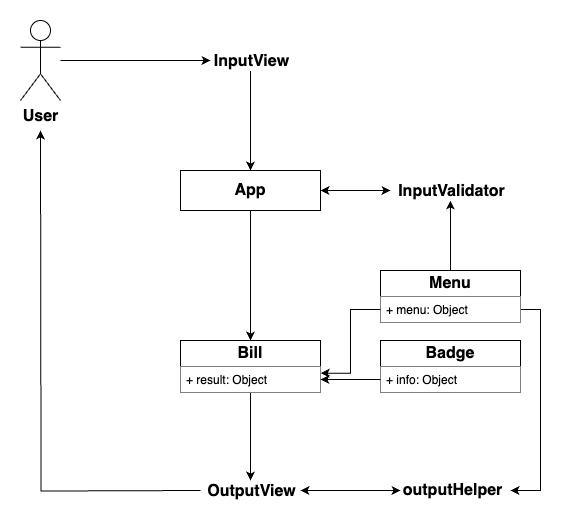
gouz7514/javascript-christmas-6-gouz7514 keeps this draw.io diagram as docs/image/javascript-christmas-architecture.png. Above is the earlier version. Source tidied: cells renumbered, new cells last; positions are measured from the earlier drawing's top-left corner, leaving out a move shared by most shapes. Source of this version:
```xml
<mxGraphModel>
  <root>
    <mxCell id="0" />
    <mxCell id="1" parent="0" />
    <mxCell id="2" value="&lt;font style=&quot;font-size: 16px;&quot;&gt;&lt;b&gt;User&lt;/b&gt;&lt;/font&gt;" style="shape=umlActor;verticalLabelPosition=bottom;verticalAlign=top;html=1;outlineConnect=0;" parent="1" vertex="1">
      <mxGeometry width="40" height="80" as="geometry" />
    </mxCell>
    <mxCell id="3" style="edgeStyle=orthogonalEdgeStyle;rounded=0;jettySize=auto;html=1;exitX=0.5;exitY=1;exitDx=0;exitDy=0;entryX=0.5;entryY=0;entryDx=0;entryDy=0;" parent="1" edge="1" source="4" target="6">
      <mxGeometry relative="1" as="geometry" />
    </mxCell>
    <mxCell id="4" value="&lt;font style=&quot;font-size: 16px;&quot;&gt;&lt;b&gt;App&lt;/b&gt;&lt;/font&gt;" style="rounded=0;whiteSpace=wrap;html=1;" parent="1" vertex="1">
      <mxGeometry x="160" y="150" width="140" height="40" as="geometry" />
    </mxCell>
    <mxCell id="5" style="edgeStyle=orthogonalEdgeStyle;rounded=0;jettySize=auto;html=1;exitX=0.5;exitY=1;exitDx=0;exitDy=0;" parent="1" edge="1" source="6">
      <mxGeometry relative="1" as="geometry">
        <mxPoint x="230" y="460" as="targetPoint" />
      </mxGeometry>
    </mxCell>
    <mxCell id="6" value="&lt;font style=&quot;font-size: 16px;&quot;&gt;&lt;b&gt;Bill&lt;/b&gt;&lt;/font&gt;" style="swimlane;fontStyle=0;horizontal=1;startSize=26;fillColor=default;whiteSpace=wrap;html=1;" parent="1" vertex="1">
      <mxGeometry x="160" y="320" width="140" height="52" as="geometry" />
    </mxCell>
    <mxCell id="7" value="+ result: Object" style="text;strokeColor=none;fillColor=default;align=left;verticalAlign=top;spacingLeft=4;spacingRight=4;overflow=hidden;points=[[0,0.5],[1,0.5]];portConstraint=eastwest;whiteSpace=wrap;html=1;" parent="6" vertex="1">
      <mxGeometry y="26" width="140" height="26" as="geometry" />
    </mxCell>
    <mxCell id="8" style="edgeStyle=orthogonalEdgeStyle;rounded=0;jettySize=auto;html=1;exitX=1;exitY=0.75;exitDx=0;exitDy=0;" parent="1" edge="1" source="10">
      <mxGeometry relative="1" as="geometry">
        <mxPoint x="490" y="470" as="targetPoint" />
        <Array as="points">
          <mxPoint x="520" y="289" />
          <mxPoint x="520" y="470" />
        </Array>
      </mxGeometry>
    </mxCell>
    <mxCell id="9" style="edgeStyle=orthogonalEdgeStyle;rounded=0;jettySize=auto;html=1;exitX=0.5;exitY=0;exitDx=0;exitDy=0;" parent="1" edge="1" source="10">
      <mxGeometry relative="1" as="geometry">
        <mxPoint x="429.9" y="180" as="targetPoint" />
      </mxGeometry>
    </mxCell>
    <mxCell id="10" value="&lt;font style=&quot;font-size: 16px;&quot;&gt;&lt;b&gt;Menu&lt;/b&gt;&lt;/font&gt;" style="swimlane;fontStyle=0;horizontal=1;startSize=26;fillColor=default;whiteSpace=wrap;html=1;" parent="1" vertex="1">
      <mxGeometry x="360" y="250" width="140" height="52" as="geometry" />
    </mxCell>
    <mxCell id="11" value="+ menu: Object" style="text;strokeColor=none;fillColor=default;align=left;verticalAlign=top;spacingLeft=4;spacingRight=4;overflow=hidden;points=[[0,0.5],[1,0.5]];portConstraint=eastwest;whiteSpace=wrap;html=1;" parent="10" vertex="1">
      <mxGeometry y="26" width="140" height="26" as="geometry" />
    </mxCell>
    <mxCell id="12" value="&lt;font style=&quot;font-size: 16px;&quot;&gt;&lt;b&gt;Badge&lt;/b&gt;&lt;/font&gt;" style="swimlane;fontStyle=0;horizontal=1;startSize=26;fillColor=default;whiteSpace=wrap;html=1;" parent="1" vertex="1">
      <mxGeometry x="360" y="320" width="140" height="52" as="geometry" />
    </mxCell>
    <mxCell id="13" value="+ info: Object" style="text;strokeColor=none;fillColor=default;align=left;verticalAlign=top;spacingLeft=4;spacingRight=4;overflow=hidden;points=[[0,0.5],[1,0.5]];portConstraint=eastwest;whiteSpace=wrap;html=1;" parent="12" vertex="1">
      <mxGeometry y="26" width="140" height="26" as="geometry" />
    </mxCell>
    <mxCell id="14" style="edgeStyle=orthogonalEdgeStyle;rounded=0;orthogonalLoop=1;jettySize=auto;html=1;" parent="1" edge="1">
      <mxGeometry relative="1" as="geometry">
        <mxPoint x="180" y="470" as="sourcePoint" />
        <mxPoint x="20" y="110" as="targetPoint" />
      </mxGeometry>
    </mxCell>
    <mxCell id="15" style="endArrow=classic;html=1;rounded=0;" parent="1" edge="1" source="2">
      <mxGeometry relative="1" as="geometry">
        <mxPoint x="190" y="40" as="targetPoint" />
      </mxGeometry>
    </mxCell>
    <mxCell id="16" style="endArrow=classic;html=1;rounded=0;entryX=0.5;entryY=0;entryDx=0;entryDy=0;" parent="1" edge="1" target="4">
      <mxGeometry relative="1" as="geometry">
        <mxPoint x="230" y="50" as="sourcePoint" />
      </mxGeometry>
    </mxCell>
    <mxCell id="17" value="&lt;font style=&quot;font-size: 16px;&quot;&gt;&lt;b&gt;InputValidator&lt;/b&gt;&lt;/font&gt;" style="edgeLabel;html=1;align=center;verticalAlign=middle;" parent="16" vertex="1">
      <mxGeometry relative="1" as="geometry">
        <mxPoint x="200" y="70" as="offset" />
      </mxGeometry>
    </mxCell>
    <mxCell id="18" value="&lt;font style=&quot;font-size: 16px;&quot;&gt;&lt;b&gt;InputView&lt;/b&gt;&lt;/font&gt;" style="edgeLabel;html=1;align=center;verticalAlign=middle;" parent="1" vertex="1">
      <mxGeometry x="230" y="40" as="geometry" />
    </mxCell>
    <mxCell id="19" value="&lt;font style=&quot;font-size: 16px;&quot;&gt;&lt;b&gt;OutputView&lt;br&gt;&lt;/b&gt;&lt;/font&gt;" style="edgeLabel;html=1;align=center;verticalAlign=middle;" parent="1" vertex="1">
      <mxGeometry x="230" y="470" as="geometry" />
    </mxCell>
    <mxCell id="20" value="&lt;font style=&quot;font-size: 16px;&quot;&gt;&lt;b&gt;outputHelper&lt;/b&gt;&lt;/font&gt;" style="edgeLabel;html=1;align=center;verticalAlign=middle;" parent="1" vertex="1">
      <mxGeometry x="430" y="474" as="geometry">
        <mxPoint x="1" y="-5" as="offset" />
      </mxGeometry>
    </mxCell>
    <mxCell id="21" style="endArrow=classic;startArrow=classic;html=1;rounded=0;" parent="1" edge="1">
      <mxGeometry relative="1" as="geometry">
        <mxPoint x="280" y="470" as="sourcePoint" />
        <mxPoint x="380" y="470" as="targetPoint" />
      </mxGeometry>
    </mxCell>
    <mxCell id="22" style="edgeStyle=orthogonalEdgeStyle;rounded=0;jettySize=auto;html=1;exitX=0;exitY=0.5;exitDx=0;exitDy=0;entryX=1;entryY=0.5;entryDx=0;entryDy=0;" parent="1" edge="1" source="13" target="7">
      <mxGeometry relative="1" as="geometry" />
    </mxCell>
    <mxCell id="23" style="edgeStyle=orthogonalEdgeStyle;rounded=0;jettySize=auto;html=1;exitX=0;exitY=0.5;exitDx=0;exitDy=0;entryX=1.002;entryY=0.256;entryDx=0;entryDy=0;entryPerimeter=0;" parent="1" edge="1" source="11" target="7">
      <mxGeometry relative="1" as="geometry" />
    </mxCell>
    <mxCell id="24" style="endArrow=classic;startArrow=classic;html=1;rounded=0;exitX=1;exitY=0.5;exitDx=0;exitDy=0;" parent="1" edge="1" source="4">
      <mxGeometry relative="1" as="geometry">
        <mxPoint x="370" y="170" as="targetPoint" />
      </mxGeometry>
    </mxCell>
  </root>
</mxGraphModel>
```
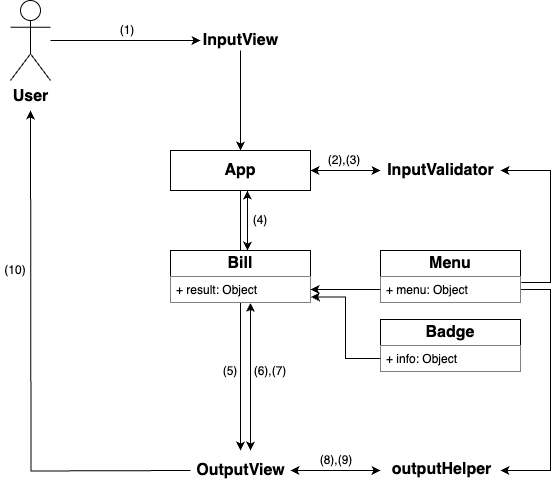
After the change.

Commit message:
Update(docs) : 테크스펙 이미지 및 워크플로우 수정

Change to the diagram source:
```diff
@@ -2,22 +2,19 @@
   <root>
     <mxCell id="0" />
     <mxCell id="1" parent="0" />
+    <mxCell id="25" style="endArrow=classic;html=1;rounded=0;exitX=0.5;exitY=1;exitDx=0;exitDy=0;" parent="1" edge="1" source="4">
+      <mxGeometry relative="1" as="geometry">
+        <mxPoint x="230" y="450" as="targetPoint" />
+      </mxGeometry>
+    </mxCell>
     <mxCell id="2" value="&lt;font style=&quot;font-size: 16px;&quot;&gt;&lt;b&gt;User&lt;/b&gt;&lt;/font&gt;" style="shape=umlActor;verticalLabelPosition=bottom;verticalAlign=top;html=1;outlineConnect=0;" parent="1" vertex="1">
       <mxGeometry width="40" height="80" as="geometry" />
     </mxCell>
-    <mxCell id="3" style="edgeStyle=orthogonalEdgeStyle;rounded=0;jettySize=auto;html=1;exitX=0.5;exitY=1;exitDx=0;exitDy=0;entryX=0.5;entryY=0;entryDx=0;entryDy=0;" parent="1" edge="1" source="4" target="6">
-      <mxGeometry relative="1" as="geometry" />
-    </mxCell>
     <mxCell id="4" value="&lt;font style=&quot;font-size: 16px;&quot;&gt;&lt;b&gt;App&lt;/b&gt;&lt;/font&gt;" style="rounded=0;whiteSpace=wrap;html=1;" parent="1" vertex="1">
       <mxGeometry x="160" y="150" width="140" height="40" as="geometry" />
     </mxCell>
-    <mxCell id="5" style="edgeStyle=orthogonalEdgeStyle;rounded=0;jettySize=auto;html=1;exitX=0.5;exitY=1;exitDx=0;exitDy=0;" parent="1" edge="1" source="6">
-      <mxGeometry relative="1" as="geometry">
-        <mxPoint x="230" y="460" as="targetPoint" />
-      </mxGeometry>
-    </mxCell>
     <mxCell id="6" value="&lt;font style=&quot;font-size: 16px;&quot;&gt;&lt;b&gt;Bill&lt;/b&gt;&lt;/font&gt;" style="swimlane;fontStyle=0;horizontal=1;startSize=26;fillColor=default;whiteSpace=wrap;html=1;" parent="1" vertex="1">
-      <mxGeometry x="160" y="320" width="140" height="52" as="geometry" />
+      <mxGeometry x="160" y="250" width="140" height="52" as="geometry" />
     </mxCell>
     <mxCell id="7" value="+ result: Object" style="text;strokeColor=none;fillColor=default;align=left;verticalAlign=top;spacingLeft=4;spacingRight=4;overflow=hidden;points=[[0,0.5],[1,0.5]];portConstraint=eastwest;whiteSpace=wrap;html=1;" parent="6" vertex="1">
       <mxGeometry y="26" width="140" height="26" as="geometry" />
@@ -26,24 +23,28 @@
       <mxGeometry relative="1" as="geometry">
         <mxPoint x="490" y="470" as="targetPoint" />
         <Array as="points">
-          <mxPoint x="520" y="289" />
-          <mxPoint x="520" y="470" />
+          <mxPoint x="540" y="289" />
+          <mxPoint x="540" y="470" />
         </Array>
       </mxGeometry>
     </mxCell>
-    <mxCell id="9" style="edgeStyle=orthogonalEdgeStyle;rounded=0;jettySize=auto;html=1;exitX=0.5;exitY=0;exitDx=0;exitDy=0;" parent="1" edge="1" source="10">
+    <mxCell id="9" style="edgeStyle=orthogonalEdgeStyle;rounded=0;jettySize=auto;html=1;exitX=1.005;exitY=0.226;exitDx=0;exitDy=0;exitPerimeter=0;" parent="1" edge="1" source="11">
       <mxGeometry relative="1" as="geometry">
-        <mxPoint x="429.9" y="180" as="targetPoint" />
+        <mxPoint x="490" y="170" as="targetPoint" />
+        <Array as="points">
+          <mxPoint x="540" y="282" />
+          <mxPoint x="540" y="170" />
+        </Array>
       </mxGeometry>
     </mxCell>
     <mxCell id="10" value="&lt;font style=&quot;font-size: 16px;&quot;&gt;&lt;b&gt;Menu&lt;/b&gt;&lt;/font&gt;" style="swimlane;fontStyle=0;horizontal=1;startSize=26;fillColor=default;whiteSpace=wrap;html=1;" parent="1" vertex="1">
-      <mxGeometry x="360" y="250" width="140" height="52" as="geometry" />
+      <mxGeometry x="370" y="250" width="140" height="52" as="geometry" />
     </mxCell>
     <mxCell id="11" value="+ menu: Object" style="text;strokeColor=none;fillColor=default;align=left;verticalAlign=top;spacingLeft=4;spacingRight=4;overflow=hidden;points=[[0,0.5],[1,0.5]];portConstraint=eastwest;whiteSpace=wrap;html=1;" parent="10" vertex="1">
       <mxGeometry y="26" width="140" height="26" as="geometry" />
     </mxCell>
     <mxCell id="12" value="&lt;font style=&quot;font-size: 16px;&quot;&gt;&lt;b&gt;Badge&lt;/b&gt;&lt;/font&gt;" style="swimlane;fontStyle=0;horizontal=1;startSize=26;fillColor=default;whiteSpace=wrap;html=1;" parent="1" vertex="1">
-      <mxGeometry x="360" y="320" width="140" height="52" as="geometry" />
+      <mxGeometry x="370" y="319" width="140" height="52" as="geometry" />
     </mxCell>
     <mxCell id="13" value="+ info: Object" style="text;strokeColor=none;fillColor=default;align=left;verticalAlign=top;spacingLeft=4;spacingRight=4;overflow=hidden;points=[[0,0.5],[1,0.5]];portConstraint=eastwest;whiteSpace=wrap;html=1;" parent="12" vertex="1">
       <mxGeometry y="26" width="140" height="26" as="geometry" />
@@ -76,26 +77,55 @@
       <mxGeometry x="230" y="470" as="geometry" />
     </mxCell>
     <mxCell id="20" value="&lt;font style=&quot;font-size: 16px;&quot;&gt;&lt;b&gt;outputHelper&lt;/b&gt;&lt;/font&gt;" style="edgeLabel;html=1;align=center;verticalAlign=middle;" parent="1" vertex="1">
-      <mxGeometry x="430" y="474" as="geometry">
-        <mxPoint x="1" y="-5" as="offset" />
+      <mxGeometry x="430" y="472" as="geometry">
+        <mxPoint x="1" y="-3" as="offset" />
       </mxGeometry>
     </mxCell>
     <mxCell id="21" style="endArrow=classic;startArrow=classic;html=1;rounded=0;" parent="1" edge="1">
       <mxGeometry relative="1" as="geometry">
         <mxPoint x="280" y="470" as="sourcePoint" />
-        <mxPoint x="380" y="470" as="targetPoint" />
+        <mxPoint x="370" y="470" as="targetPoint" />
       </mxGeometry>
     </mxCell>
-    <mxCell id="22" style="edgeStyle=orthogonalEdgeStyle;rounded=0;jettySize=auto;html=1;exitX=0;exitY=0.5;exitDx=0;exitDy=0;entryX=1;entryY=0.5;entryDx=0;entryDy=0;" parent="1" edge="1" source="13" target="7">
-      <mxGeometry relative="1" as="geometry" />
-    </mxCell>
+    <mxCell id="24" style="endArrow=classic;startArrow=classic;html=1;rounded=0;exitX=1;exitY=0.5;exitDx=0;exitDy=0;" parent="1" edge="1" source="4">
+      <mxGeometry relative="1" as="geometry">
+        <mxPoint x="370" y="170" as="targetPoint" />
+      </mxGeometry>
+    </mxCell>
-    <mxCell id="23" style="edgeStyle=orthogonalEdgeStyle;rounded=0;jettySize=auto;html=1;exitX=0;exitY=0.5;exitDx=0;exitDy=0;entryX=1.002;entryY=0.256;entryDx=0;entryDy=0;entryPerimeter=0;" parent="1" edge="1" source="11" target="7">
+    <mxCell id="23" style="edgeStyle=orthogonalEdgeStyle;rounded=0;jettySize=auto;html=1;exitX=0;exitY=0.5;exitDx=0;exitDy=0;entryX=1;entryY=0.5;entryDx=0;entryDy=0;" parent="1" edge="1" source="11" target="7">
       <mxGeometry relative="1" as="geometry" />
     </mxCell>
-    <mxCell id="24" style="endArrow=classic;startArrow=classic;html=1;rounded=0;exitX=1;exitY=0.5;exitDx=0;exitDy=0;" parent="1" edge="1" source="4">
-      <mxGeometry relative="1" as="geometry">
-        <mxPoint x="370" y="170" as="targetPoint" />
-      </mxGeometry>
-    </mxCell>
+    <mxCell id="26" style="edgeStyle=orthogonalEdgeStyle;rounded=0;jettySize=auto;html=1;exitX=0;exitY=0.75;exitDx=0;exitDy=0;entryX=1.003;entryY=0.785;entryDx=0;entryDy=0;entryPerimeter=0;" parent="1" edge="1" source="12" target="7">
+      <mxGeometry relative="1" as="geometry" />
+    </mxCell>
+    <mxCell id="27" style="endArrow=classic;startArrow=classic;html=1;rounded=0;entryX=0.55;entryY=1.003;entryDx=0;entryDy=0;exitX=0.55;exitY=0.002;exitDx=0;exitDy=0;entryPerimeter=0;exitPerimeter=0;" parent="1" edge="1" source="6" target="4">
+      <mxGeometry relative="1" as="geometry" />
+    </mxCell>
+    <mxCell id="28" value="(1)" style="text;html=1;strokeColor=none;fillColor=none;align=center;verticalAlign=middle;whiteSpace=wrap;rounded=0;" parent="1" vertex="1">
+      <mxGeometry x="107" y="20" width="20" height="20" as="geometry" />
+    </mxCell>
+    <mxCell id="29" value="(2),(3)" style="text;html=1;strokeColor=none;fillColor=none;align=center;verticalAlign=middle;whiteSpace=wrap;rounded=0;" parent="1" vertex="1">
+      <mxGeometry x="314" y="150" width="40" height="20" as="geometry" />
+    </mxCell>
+    <mxCell id="30" value="(4)" style="text;html=1;strokeColor=none;fillColor=none;align=center;verticalAlign=middle;whiteSpace=wrap;rounded=0;" parent="1" vertex="1">
+      <mxGeometry x="240" y="210" width="20" height="20" as="geometry" />
+    </mxCell>
+    <mxCell id="31" value="(5)" style="text;html=1;strokeColor=none;fillColor=none;align=center;verticalAlign=middle;whiteSpace=wrap;rounded=0;" parent="1" vertex="1">
+      <mxGeometry x="210" y="361" width="20" height="20" as="geometry" />
+    </mxCell>
+    <mxCell id="32" value="(8),(9)" style="text;html=1;strokeColor=none;fillColor=none;align=center;verticalAlign=middle;whiteSpace=wrap;rounded=0;" parent="1" vertex="1">
+      <mxGeometry x="306" y="450" width="40" height="20" as="geometry" />
+    </mxCell>
+    <mxCell id="33" value="(10)" style="text;html=1;strokeColor=none;fillColor=none;align=center;verticalAlign=middle;whiteSpace=wrap;rounded=0;" parent="1" vertex="1">
+      <mxGeometry x="-10" y="260" width="30" height="20" as="geometry" />
+    </mxCell>
+    <mxCell id="34" style="endArrow=classic;startArrow=classic;html=1;rounded=0;entryX=0.572;entryY=1.013;entryDx=0;entryDy=0;entryPerimeter=0;" parent="1" edge="1" target="7">
+      <mxGeometry relative="1" as="geometry">
+        <mxPoint x="240" y="450" as="sourcePoint" />
+      </mxGeometry>
+    </mxCell>
+    <mxCell id="35" value="(6),(7)" style="text;html=1;strokeColor=none;fillColor=none;align=center;verticalAlign=middle;whiteSpace=wrap;rounded=0;" parent="1" vertex="1">
+      <mxGeometry x="240" y="361" width="40" height="20" as="geometry" />
+    </mxCell>
   </root>
 </mxGraphModel>
```
